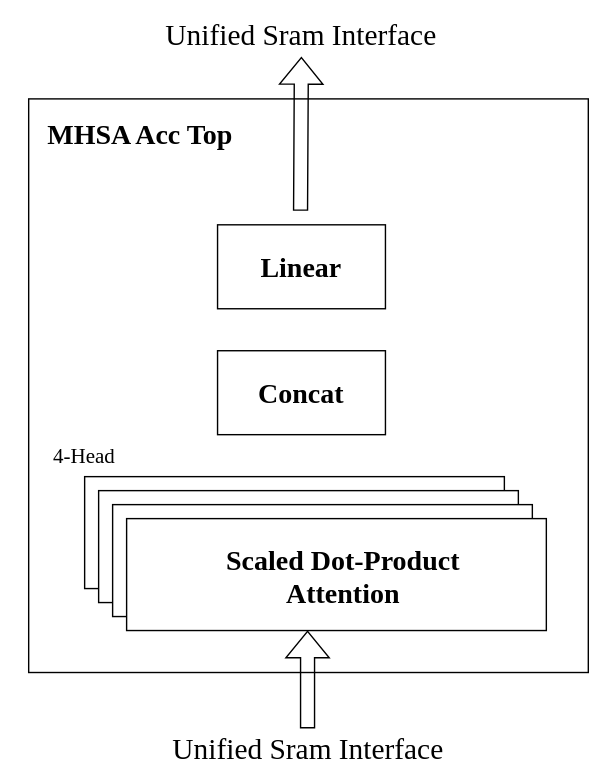
Above: img/cmpt_arch.svg in extraordinary6/Design-and-Verification-of-MHSA-Accelerator (draw.io), before the change. Source tidied: cells renumbered, new cells last; positions are measured from the earlier drawing's top-left corner, leaving out a move shared by most shapes.
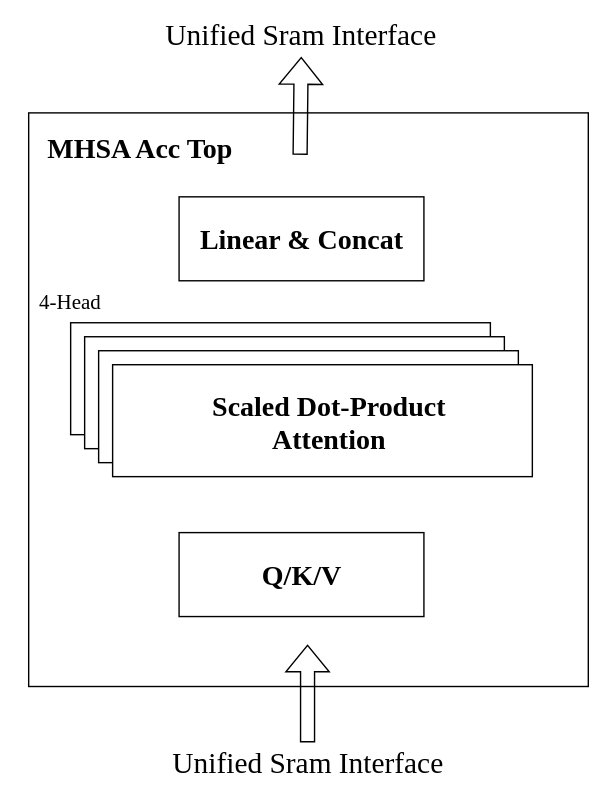
After the change.

What changed in the source:
```diff
@@ -3,10 +3,10 @@
     <mxCell id="0" />
     <mxCell id="1" parent="0" />
     <mxCell id="2" style="rounded=0;whiteSpace=wrap;html=1;fontFamily=Times New Roman;fontStyle=1;" parent="1" vertex="1">
-      <mxGeometry x="10" y="60" width="400" height="410" as="geometry" />
+      <mxGeometry x="20" y="180" width="400" height="410" as="geometry" />
     </mxCell>
     <mxCell id="3" value="&lt;font size=&quot;1&quot; face=&quot;Times New Roman&quot;&gt;&lt;b style=&quot;font-size: 20px;&quot;&gt;MHSA Acc Top&lt;/b&gt;&lt;/font&gt;" style="text;html=1;align=center;verticalAlign=middle;whiteSpace=wrap;rounded=0;" parent="1" vertex="1">
-      <mxGeometry y="70" width="180" height="30" as="geometry" />
+      <mxGeometry x="10" y="190" width="180" height="30" as="geometry" />
     </mxCell>
     <mxCell id="4" style="rounded=0;whiteSpace=wrap;html=1;fontFamily=Times New Roman;fontSize=18;" parent="1" vertex="1">
       <mxGeometry x="50" y="330" width="300" height="80" as="geometry" />
@@ -32,31 +32,31 @@
     <mxCell id="11" value="&lt;font style=&quot;font-size: 20px;&quot;&gt;&lt;b style=&quot;font-size: 20px;&quot;&gt;Scaled Dot-Product Attention&lt;/b&gt;&lt;/font&gt;" style="text;html=1;align=center;verticalAlign=middle;whiteSpace=wrap;rounded=0;fontFamily=Times New Roman;fontSize=20;" parent="1" vertex="1">
       <mxGeometry x="110" y="400" width="250" as="geometry" />
     </mxCell>
-    <mxCell id="12" style="shape=flexArrow;endArrow=classic;html=1;rounded=0;" parent="1" edge="1">
-      <mxGeometry relative="1" as="geometry">
-        <mxPoint x="209.3" y="510" as="sourcePoint" />
-        <mxPoint x="209.3" y="440" as="targetPoint" />
-      </mxGeometry>
+    <mxCell id="12" value="&lt;font style=&quot;font-size: 21px;&quot; face=&quot;Times New Roman&quot;&gt;Unified Sram Interface&lt;/font&gt;" style="text;html=1;align=center;verticalAlign=middle;whiteSpace=wrap;rounded=0;" parent="1" vertex="1">
+      <mxGeometry x="80" y="630" width="280" height="30" as="geometry" />
     </mxCell>
-    <mxCell id="13" value="&lt;font style=&quot;font-size: 21px;&quot; face=&quot;Times New Roman&quot;&gt;Unified Sram Interface&lt;/font&gt;" style="text;html=1;align=center;verticalAlign=middle;whiteSpace=wrap;rounded=0;" parent="1" vertex="1">
-      <mxGeometry x="70" y="510" width="280" height="30" as="geometry" />
+    <mxCell id="13" value="Linear &amp;amp; Concat" style="rounded=0;whiteSpace=wrap;html=1;fontSize=20;fontStyle=1;fontFamily=Times New Roman;" parent="1" vertex="1">
+      <mxGeometry x="127.5" y="240" width="175" height="60" as="geometry" />
     </mxCell>
-    <mxCell id="14" value="Concat" style="rounded=0;whiteSpace=wrap;html=1;fontSize=20;fontStyle=1;fontFamily=Times New Roman;" parent="1" vertex="1">
-      <mxGeometry x="145" y="240" width="120" height="60" as="geometry" />
+    <mxCell id="14" style="shape=flexArrow;endArrow=classic;html=1;rounded=0;" parent="1" edge="1" target="15">
+      <mxGeometry relative="1" as="geometry">
+        <mxPoint x="214" y="210" as="sourcePoint" />
+      </mxGeometry>
     </mxCell>
-    <mxCell id="15" value="Linear" style="rounded=0;whiteSpace=wrap;html=1;fontSize=20;fontStyle=1;fontFamily=Times New Roman;" parent="1" vertex="1">
-      <mxGeometry x="145" y="150" width="120" height="60" as="geometry" />
+    <mxCell id="15" value="&lt;font style=&quot;font-size: 21px;&quot; face=&quot;Times New Roman&quot;&gt;Unified Sram Interface&lt;/font&gt;" style="text;html=1;align=center;verticalAlign=middle;whiteSpace=wrap;rounded=0;" parent="1" vertex="1">
+      <mxGeometry x="75" y="110" width="280" height="30" as="geometry" />
     </mxCell>
-    <mxCell id="16" style="shape=flexArrow;endArrow=classic;html=1;rounded=0;" parent="1" edge="1" target="17">
-      <mxGeometry relative="1" as="geometry">
-        <mxPoint x="204.3" y="140" as="sourcePoint" />
-      </mxGeometry>
+    <mxCell id="16" value="&lt;font face=&quot;Times New Roman&quot; style=&quot;font-size: 15px;&quot;&gt;4-Head&lt;/font&gt;" style="text;html=1;align=center;verticalAlign=middle;whiteSpace=wrap;rounded=0;fontSize=15;" parent="1" vertex="1">
+      <mxGeometry x="20" y="300" width="60" height="30" as="geometry" />
     </mxCell>
-    <mxCell id="17" value="&lt;font style=&quot;font-size: 21px;&quot; face=&quot;Times New Roman&quot;&gt;Unified Sram Interface&lt;/font&gt;" style="text;html=1;align=center;verticalAlign=middle;whiteSpace=wrap;rounded=0;" parent="1" vertex="1">
-      <mxGeometry x="65" width="280" height="30" as="geometry" />
+    <mxCell id="17" value="Q/K/V" style="rounded=0;whiteSpace=wrap;html=1;fontSize=20;fontStyle=1;fontFamily=Times New Roman;" parent="1" vertex="1">
+      <mxGeometry x="127.5" y="480" width="175" height="60" as="geometry" />
     </mxCell>
-    <mxCell id="18" value="&lt;font face=&quot;Times New Roman&quot; style=&quot;font-size: 15px;&quot;&gt;4-Head&lt;/font&gt;" style="text;html=1;align=center;verticalAlign=middle;whiteSpace=wrap;rounded=0;fontSize=15;" parent="1" vertex="1">
-      <mxGeometry x="20" y="300" width="60" height="30" as="geometry" />
+    <mxCell id="18" style="shape=flexArrow;endArrow=classic;html=1;rounded=0;" parent="1" edge="1">
+      <mxGeometry relative="1" as="geometry">
+        <mxPoint x="219.3" y="630" as="sourcePoint" />
+        <mxPoint x="219.3" y="560" as="targetPoint" />
+      </mxGeometry>
     </mxCell>
   </root>
 </mxGraphModel>
```
